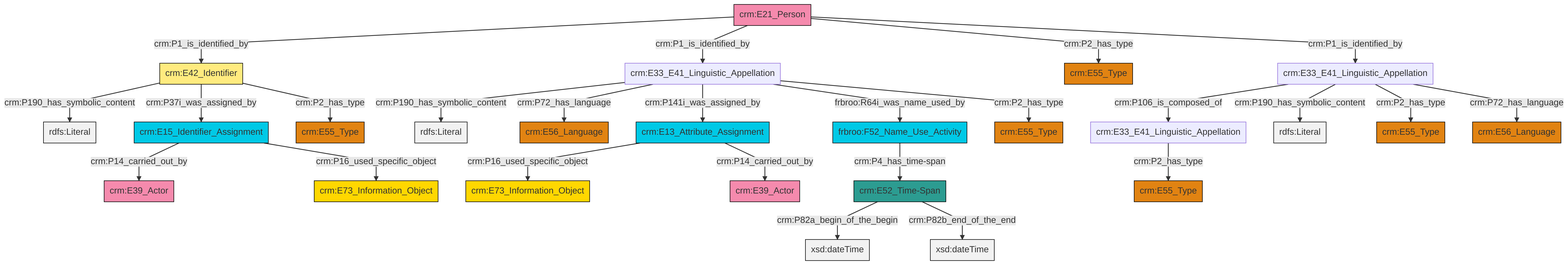
Before: et/personCSV/ttl/mmd/png/Person_Names_and_Classification.png, a diagram exported from Mermaid (swiss-art-research-net/reference-data-models). Its source is kept beside it as et/personCSV/ttl/mmd/Person_Names_and_Classification.ttl.mmd.
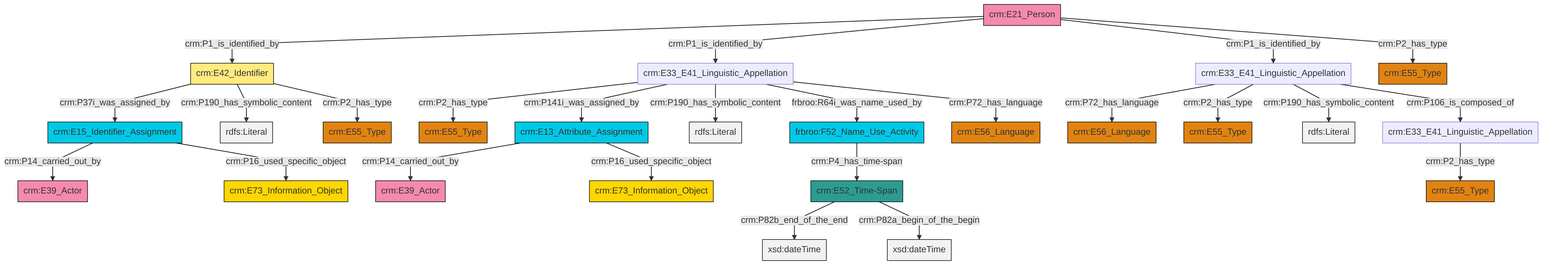
After the change.

The edit, as a diff of the source:
```diff
@@ -13,27 +13,27 @@
 classDef PC_Classes fill:#4ce600, stroke:#000000;
 classDef Multi fill:#cccccc,stroke:#000000;
 
-0["crm:E42_Identifier"]:::Appellation -->|crm:P190_has_symbolic_content| 1[rdfs:Literal]:::Literal
-6["crm:E13_Attribute_Assignment"]:::Temporal_Entity -->|crm:P16_used_specific_object| 7["crm:E73_Information_Object"]:::Conceptual_Object
-8["crm:E15_Identifier_Assignment"]:::Temporal_Entity -->|crm:P14_carried_out_by| 9["crm:E39_Actor"]:::Actor
-13["crm:E21_Person"]:::Actor -->|crm:P1_is_identified_by| 0["crm:E42_Identifier"]:::Appellation
-13["crm:E21_Person"]:::Actor -->|crm:P1_is_identified_by| 14["crm:E33_E41_Linguistic_Appellation"]:::Default
-15["frbroo:F52_Name_Use_Activity"]:::Temporal_Entity -->|crm:P4_has_time-span| 16["crm:E52_Time-Span"]:::Time-Span
-16["crm:E52_Time-Span"]:::Time-Span -->|crm:P82a_begin_of_the_begin| 19[xsd:dateTime]:::Literal
-14["crm:E33_E41_Linguistic_Appellation"]:::Default -->|crm:P190_has_symbolic_content| 24[rdfs:Literal]:::Literal
-14["crm:E33_E41_Linguistic_Appellation"]:::Default -->|crm:P72_has_language| 2["crm:E56_Language"]:::Type
-13["crm:E21_Person"]:::Actor -->|crm:P2_has_type| 26["crm:E55_Type"]:::Type
-17["crm:E33_E41_Linguistic_Appellation"]:::Default -->|crm:P2_has_type| 22["crm:E55_Type"]:::Type
-0["crm:E42_Identifier"]:::Appellation -->|crm:P37i_was_assigned_by| 8["crm:E15_Identifier_Assignment"]:::Temporal_Entity
-8["crm:E15_Identifier_Assignment"]:::Temporal_Entity -->|crm:P16_used_specific_object| 10["crm:E73_Information_Object"]:::Conceptual_Object
+2["crm:E33_E41_Linguistic_Appellation"]:::Default -->|crm:P72_has_language| 4["crm:E56_Language"]:::Type
+6["crm:E13_Attribute_Assignment"]:::Temporal_Entity -->|crm:P14_carried_out_by| 7["crm:E39_Actor"]:::Actor
+8["frbroo:F52_Name_Use_Activity"]:::Temporal_Entity -->|crm:P4_has_time-span| 9["crm:E52_Time-Span"]:::Time-Span
+10["crm:E33_E41_Linguistic_Appellation"]:::Default -->|crm:P2_has_type| 11["crm:E55_Type"]:::Type
+14["crm:E33_E41_Linguistic_Appellation"]:::Default -->|crm:P2_has_type| 15["crm:E55_Type"]:::Type
+0["crm:E42_Identifier"]:::Appellation -->|crm:P37i_was_assigned_by| 19["crm:E15_Identifier_Assignment"]:::Temporal_Entity
+16["crm:E21_Person"]:::Actor -->|crm:P1_is_identified_by| 0["crm:E42_Identifier"]:::Appellation
+2["crm:E33_E41_Linguistic_Appellation"]:::Default -->|crm:P2_has_type| 23["crm:E55_Type"]:::Type
 14["crm:E33_E41_Linguistic_Appellation"]:::Default -->|crm:P141i_was_assigned_by| 6["crm:E13_Attribute_Assignment"]:::Temporal_Entity
-6["crm:E13_Attribute_Assignment"]:::Temporal_Entity -->|crm:P14_carried_out_by| 29["crm:E39_Actor"]:::Actor
-32["crm:E33_E41_Linguistic_Appellation"]:::Default -->|crm:P106_is_composed_of| 17["crm:E33_E41_Linguistic_Appellation"]:::Default
-32["crm:E33_E41_Linguistic_Appellation"]:::Default -->|crm:P190_has_symbolic_content| 34[rdfs:Literal]:::Literal
-14["crm:E33_E41_Linguistic_Appellation"]:::Default -->|frbroo:R64i_was_name_used_by| 15["frbroo:F52_Name_Use_Activity"]:::Temporal_Entity
-16["crm:E52_Time-Span"]:::Time-Span -->|crm:P82b_end_of_the_end| 38[xsd:dateTime]:::Literal
-13["crm:E21_Person"]:::Actor -->|crm:P1_is_identified_by| 32["crm:E33_E41_Linguistic_Appellation"]:::Default
-14["crm:E33_E41_Linguistic_Appellation"]:::Default -->|crm:P2_has_type| 20["crm:E55_Type"]:::Type
-32["crm:E33_E41_Linguistic_Appellation"]:::Default -->|crm:P2_has_type| 4["crm:E55_Type"]:::Type
-32["crm:E33_E41_Linguistic_Appellation"]:::Default -->|crm:P72_has_language| 35["crm:E56_Language"]:::Type
-0["crm:E42_Identifier"]:::Appellation -->|crm:P2_has_type| 41["crm:E55_Type"]:::Type
+0["crm:E42_Identifier"]:::Appellation -->|crm:P190_has_symbolic_content| 25[rdfs:Literal]:::Literal
+16["crm:E21_Person"]:::Actor -->|crm:P1_is_identified_by| 14["crm:E33_E41_Linguistic_Appellation"]:::Default
+16["crm:E21_Person"]:::Actor -->|crm:P1_is_identified_by| 2["crm:E33_E41_Linguistic_Appellation"]:::Default
+14["crm:E33_E41_Linguistic_Appellation"]:::Default -->|crm:P190_has_symbolic_content| 27[rdfs:Literal]:::Literal
+14["crm:E33_E41_Linguistic_Appellation"]:::Default -->|frbroo:R64i_was_name_used_by| 8["frbroo:F52_Name_Use_Activity"]:::Temporal_Entity
+9["crm:E52_Time-Span"]:::Time-Span -->|crm:P82b_end_of_the_end| 28[xsd:dateTime]:::Literal
+16["crm:E21_Person"]:::Actor -->|crm:P2_has_type| 12["crm:E55_Type"]:::Type
+2["crm:E33_E41_Linguistic_Appellation"]:::Default -->|crm:P190_has_symbolic_content| 30[rdfs:Literal]:::Literal
+14["crm:E33_E41_Linguistic_Appellation"]:::Default -->|crm:P72_has_language| 31["crm:E56_Language"]:::Type
+19["crm:E15_Identifier_Assignment"]:::Temporal_Entity -->|crm:P14_carried_out_by| 21["crm:E39_Actor"]:::Actor
+6["crm:E13_Attribute_Assignment"]:::Temporal_Entity -->|crm:P16_used_specific_object| 33["crm:E73_Information_Object"]:::Conceptual_Object
+9["crm:E52_Time-Span"]:::Time-Span -->|crm:P82a_begin_of_the_begin| 42[xsd:dateTime]:::Literal
+19["crm:E15_Identifier_Assignment"]:::Temporal_Entity -->|crm:P16_used_specific_object| 44["crm:E73_Information_Object"]:::Conceptual_Object
+2["crm:E33_E41_Linguistic_Appellation"]:::Default -->|crm:P106_is_composed_of| 10["crm:E33_E41_Linguistic_Appellation"]:::Default
+0["crm:E42_Identifier"]:::Appellation -->|crm:P2_has_type| 37["crm:E55_Type"]:::Type
```
